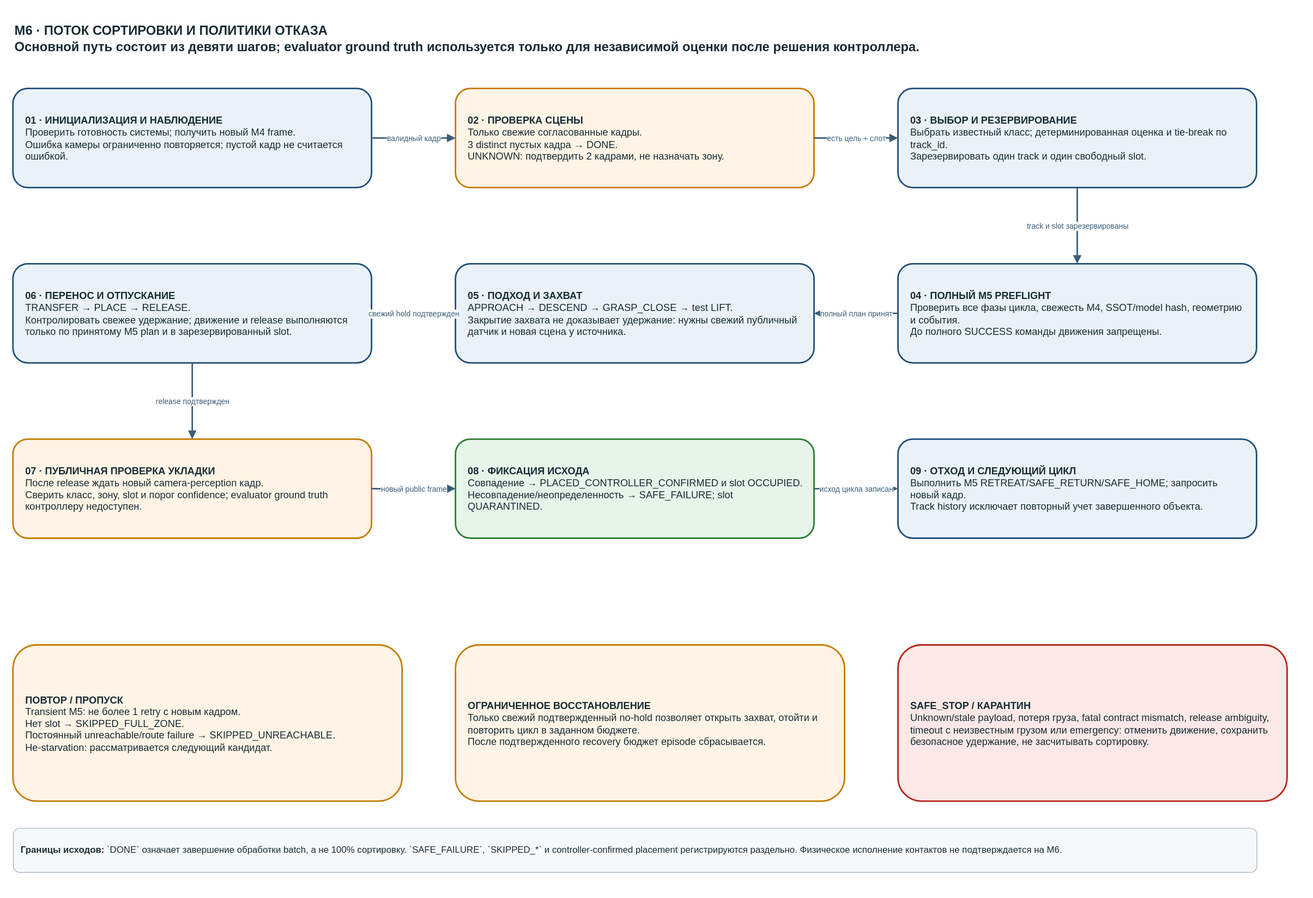
The draw.io diagram 03_Модель_и_схемы/algorithm/sorting_flow.svg in Garun-mp4/kursach-ruslan, before a commit. Source tidied: cells renumbered, new cells last; positions are measured from the earlier drawing's top-left corner, leaving out a move shared by most shapes.
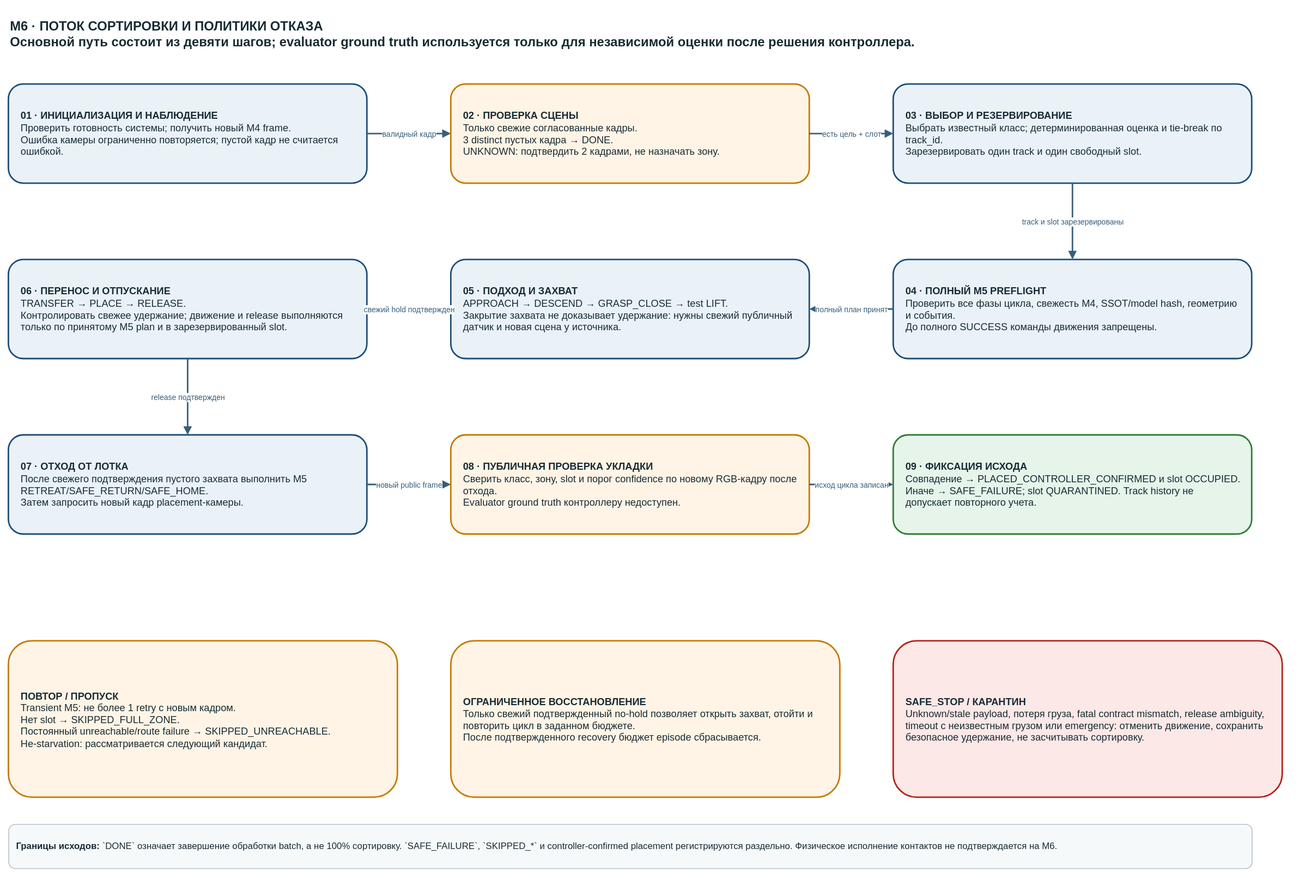
After the change.

The edit, as a diff of the source:
```diff
@@ -23,13 +23,13 @@
     <mxCell id="8" value="&lt;div style=&quot;text-align:left;white-space:normal;padding:4px&quot;&gt;&lt;b&gt;06 · ПЕРЕНОС И ОТПУСКАНИЕ&lt;/b&gt;&lt;br&gt;TRANSFER → PLACE → RELEASE.&lt;br&gt;Контролировать свежее удержание; движение и release выполняются только по принятому M5 plan и в зарезервированный slot.&lt;/div&gt;" style="rounded=1;whiteSpace=wrap;html=1;fillColor=#EAF2F8;strokeColor=#1F4E79;strokeWidth=2;fontColor=#172B34;fontSize=13;align=left;verticalAlign=middle;spacing=12;" parent="1" vertex="1">
       <mxGeometry y="330" width="470" height="130" as="geometry" />
     </mxCell>
-    <mxCell id="9" value="&lt;div style=&quot;text-align:left;white-space:normal;padding:4px&quot;&gt;&lt;b&gt;07 · ПУБЛИЧНАЯ ПРОВЕРКА УКЛАДКИ&lt;/b&gt;&lt;br&gt;После release ждать новый camera-perception кадр.&lt;br&gt;Сверить класс, зону, slot и порог confidence; evaluator ground truth контроллеру недоступен.&lt;/div&gt;" style="rounded=1;whiteSpace=wrap;html=1;fillColor=#FFF4E5;strokeColor=#C47A00;strokeWidth=2;fontColor=#172B34;fontSize=13;align=left;verticalAlign=middle;spacing=12;" parent="1" vertex="1">
+    <mxCell id="9" value="&lt;div style=&quot;text-align:left;white-space:normal;padding:4px&quot;&gt;&lt;b&gt;07 · ОТХОД ОТ ЛОТКА&lt;/b&gt;&lt;br&gt;После свежего подтверждения пустого захвата выполнить M5 RETREAT/SAFE_RETURN/SAFE_HOME.&lt;br&gt;Затем запросить новый кадр placement-камеры.&lt;/div&gt;" style="rounded=1;whiteSpace=wrap;html=1;fillColor=#EAF2F8;strokeColor=#1F4E79;strokeWidth=2;fontColor=#172B34;fontSize=13;align=left;verticalAlign=middle;spacing=12;" parent="1" vertex="1">
       <mxGeometry y="560" width="470" height="130" as="geometry" />
     </mxCell>
-    <mxCell id="10" value="&lt;div style=&quot;text-align:left;white-space:normal;padding:4px&quot;&gt;&lt;b&gt;08 · ФИКСАЦИЯ ИСХОДА&lt;/b&gt;&lt;br&gt;Совпадение → PLACED_CONTROLLER_CONFIRMED и slot OCCUPIED.&lt;br&gt;Несовпадение/неопределенность → SAFE_FAILURE; slot QUARANTINED.&lt;/div&gt;" style="rounded=1;whiteSpace=wrap;html=1;fillColor=#E6F4EA;strokeColor=#2E7D32;strokeWidth=2;fontColor=#172B34;fontSize=13;align=left;verticalAlign=middle;spacing=12;" parent="1" vertex="1">
+    <mxCell id="10" value="&lt;div style=&quot;text-align:left;white-space:normal;padding:4px&quot;&gt;&lt;b&gt;08 · ПУБЛИЧНАЯ ПРОВЕРКА УКЛАДКИ&lt;/b&gt;&lt;br&gt;Сверить класс, зону, slot и порог confidence по новому RGB-кадру после отхода.&lt;br&gt;Evaluator ground truth контроллеру недоступен.&lt;/div&gt;" style="rounded=1;whiteSpace=wrap;html=1;fillColor=#FFF4E5;strokeColor=#C47A00;strokeWidth=2;fontColor=#172B34;fontSize=13;align=left;verticalAlign=middle;spacing=12;" parent="1" vertex="1">
       <mxGeometry x="580" y="560" width="470" height="130" as="geometry" />
     </mxCell>
-    <mxCell id="11" value="&lt;div style=&quot;text-align:left;white-space:normal;padding:4px&quot;&gt;&lt;b&gt;09 · ОТХОД И СЛЕДУЮЩИЙ ЦИКЛ&lt;/b&gt;&lt;br&gt;Выполнить M5 RETREAT/SAFE_RETURN/SAFE_HOME; запросить новый кадр.&lt;br&gt;Track history исключает повторный учет завершенного объекта.&lt;/div&gt;" style="rounded=1;whiteSpace=wrap;html=1;fillColor=#EAF2F8;strokeColor=#1F4E79;strokeWidth=2;fontColor=#172B34;fontSize=13;align=left;verticalAlign=middle;spacing=12;" parent="1" vertex="1">
+    <mxCell id="11" value="&lt;div style=&quot;text-align:left;white-space:normal;padding:4px&quot;&gt;&lt;b&gt;09 · ФИКСАЦИЯ ИСХОДА&lt;/b&gt;&lt;br&gt;Совпадение → PLACED_CONTROLLER_CONFIRMED и slot OCCUPIED.&lt;br&gt;Иначе → SAFE_FAILURE; slot QUARANTINED. Track history не допускает повторного учета.&lt;/div&gt;" style="rounded=1;whiteSpace=wrap;html=1;fillColor=#E6F4EA;strokeColor=#2E7D32;strokeWidth=2;fontColor=#172B34;fontSize=13;align=left;verticalAlign=middle;spacing=12;" parent="1" vertex="1">
       <mxGeometry x="1160" y="560" width="470" height="130" as="geometry" />
     </mxCell>
     <mxCell id="12" value="&lt;div style=&quot;text-align:left;white-space:normal;padding:4px&quot;&gt;&lt;b&gt;ПОВТОР / ПРОПУСК&lt;/b&gt;&lt;br&gt;Transient M5: не более 1 retry с новым кадром.&lt;br&gt;Нет slot → SKIPPED_FULL_ZONE.&lt;br&gt;Постоянный unreachable/route failure → SKIPPED_UNREACHABLE.&lt;br&gt;Не-starvation: рассматривается следующий кандидат.&lt;/div&gt;" style="rounded=1;whiteSpace=wrap;html=1;fillColor=#FFF4E5;strokeColor=#C47A00;strokeWidth=2;fontColor=#172B34;fontSize=13;align=left;verticalAlign=middle;spacing=12;" parent="1" vertex="1">
```
